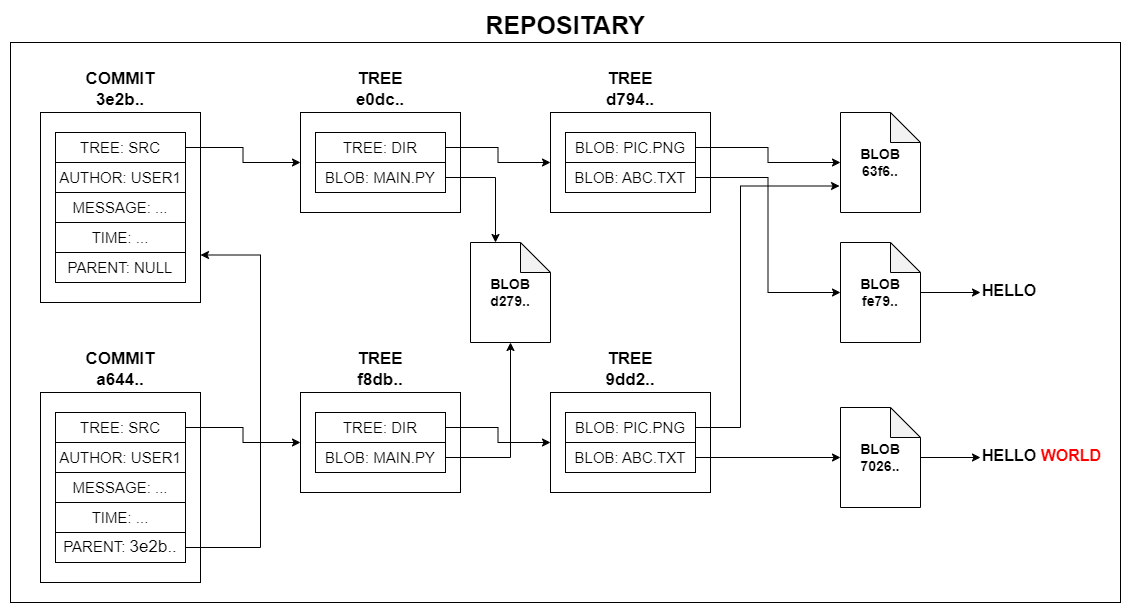
Above: docs/Схема репо.png in MrR3353/diplom (draw.io), before the change. Source tidied: cells renumbered, new cells last; positions are measured from the earlier drawing's top-left corner, leaving out a move shared by most shapes.
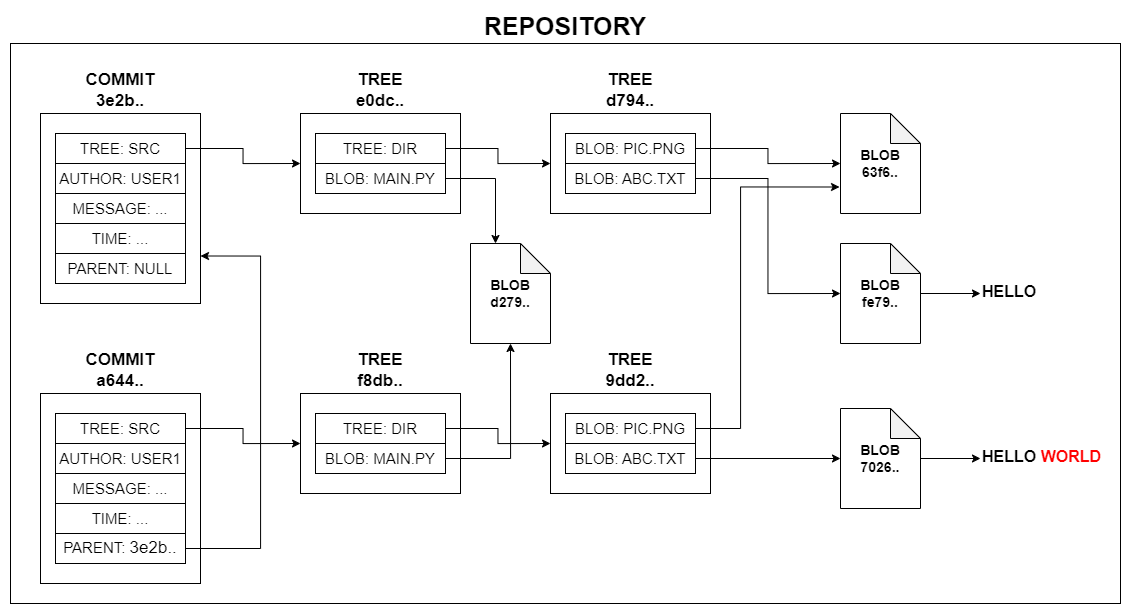
After the change.

Diff of the diagram source:
```diff
@@ -2,7 +2,7 @@
   <root>
     <mxCell id="0" />
     <mxCell id="1" parent="0" />
-    <mxCell id="2" value="&lt;font style=&quot;font-size: 25px;&quot;&gt;&lt;b&gt;REPOSITARY&lt;/b&gt;&lt;/font&gt;" style="rounded=0;whiteSpace=wrap;html=1;labelPosition=center;verticalLabelPosition=top;align=center;verticalAlign=bottom;" parent="1" vertex="1">
+    <mxCell id="2" value="&lt;font style=&quot;font-size: 25px;&quot;&gt;&lt;b&gt;REPOSITORY&lt;/b&gt;&lt;/font&gt;" style="rounded=0;whiteSpace=wrap;html=1;labelPosition=center;verticalLabelPosition=top;align=center;verticalAlign=bottom;" parent="1" vertex="1">
       <mxGeometry width="1110" height="560" as="geometry" />
     </mxCell>
     <mxCell id="3" value="&lt;font size=&quot;1&quot; style=&quot;&quot;&gt;&lt;b style=&quot;font-size: 17px;&quot;&gt;TREE&lt;/b&gt;&lt;/font&gt;&lt;div&gt;&lt;span style=&quot;font-size: 17px;&quot;&gt;&lt;b&gt;d794..&lt;/b&gt;&lt;/span&gt;&lt;br&gt;&lt;/div&gt;" style="rounded=0;whiteSpace=wrap;html=1;labelPosition=center;verticalLabelPosition=top;align=center;verticalAlign=bottom;" parent="1" vertex="1">
```
